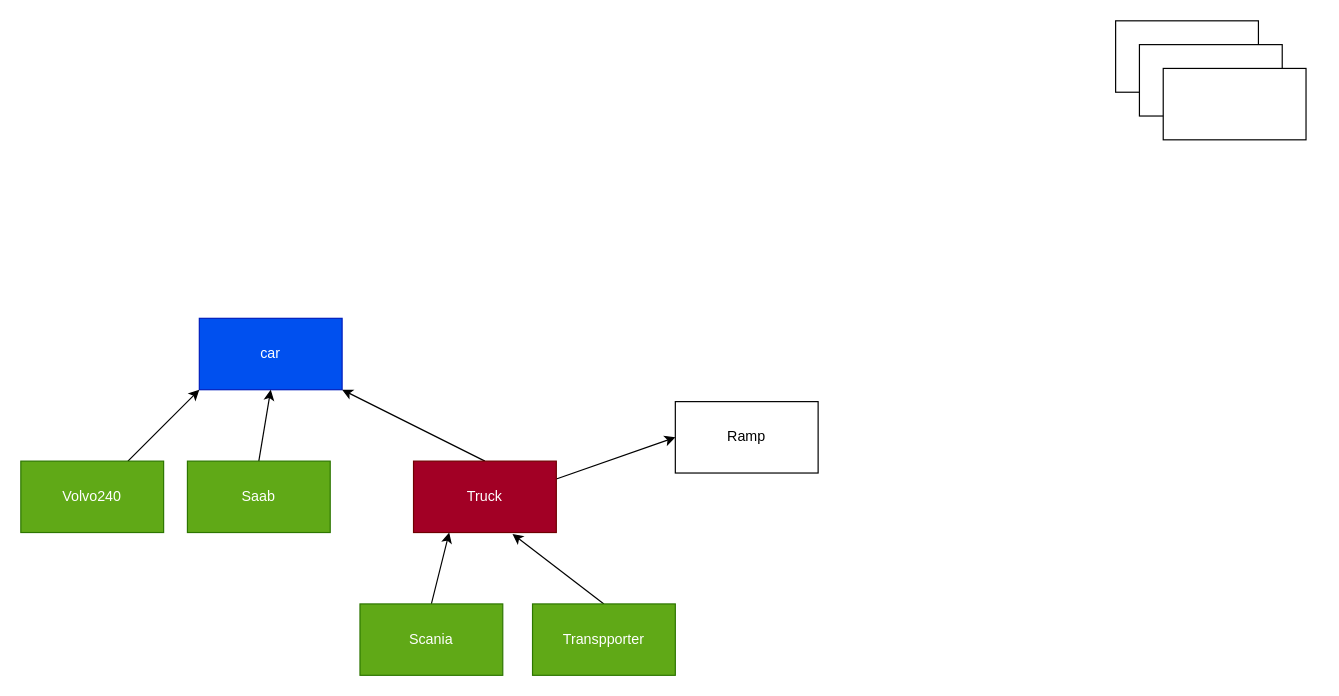
This is src/Cars/blablalbalba.drawio from erikpersson0884/TDA553-Lab2, a draw.io file, before an edit. Source tidied: cells renumbered, new cells numbered last; positions are measured from the earlier drawing's top-left corner, leaving out a move shared by most shapes. Both pictures are drawn from the tidied source at 119%, with x=0, y=0 at pixel (20, 20).
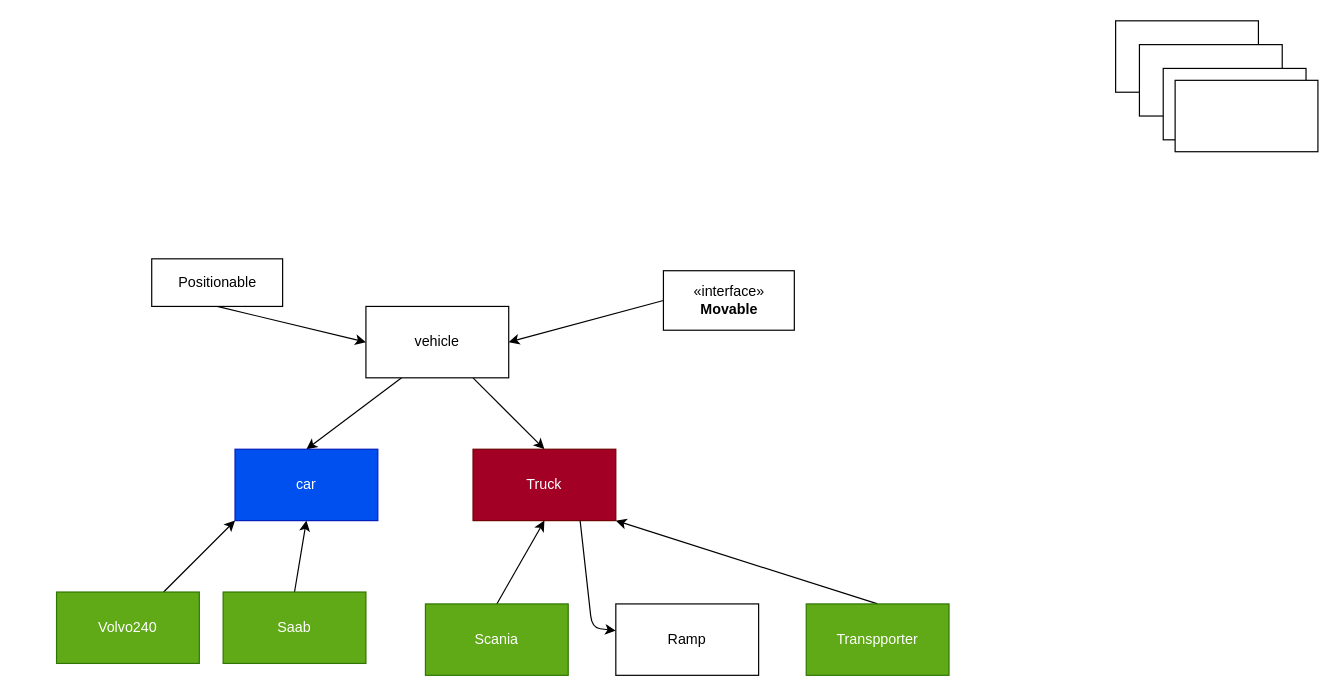
Above is the later version.

Diff of the diagram source:
```diff
@@
+    <mxCell id="18" style="edgeStyle=none;html=1;exitX=0.25;exitY=1;exitDx=0;exitDy=0;entryX=0.5;entryY=0;entryDx=0;entryDy=0;" parent="1" edge="1" source="21" target="2">
+      <mxGeometry relative="1" as="geometry" />
+    </mxCell>
     <mxCell id="2" value="car" style="rounded=0;whiteSpace=wrap;html=1;fillColor=#0050ef;fontColor=#ffffff;strokeColor=#001DBC;" parent="1" vertex="1">
-      <mxGeometry x="150" y="250" width="120" height="60" as="geometry" />
+      <mxGeometry x="180" y="360" width="120" height="60" as="geometry" />
     </mxCell>
-    <mxCell id="3" style="edgeStyle=none;html=1;exitX=0.5;exitY=0;exitDx=0;exitDy=0;entryX=1;entryY=1;entryDx=0;entryDy=0;" parent="1" edge="1" source="5" target="2">
+    <mxCell id="3" style="edgeStyle=none;html=1;entryX=0.5;entryY=0;entryDx=0;entryDy=0;exitX=0.75;exitY=1;exitDx=0;exitDy=0;" parent="1" edge="1" source="21" target="5">
       <mxGeometry relative="1" as="geometry" />
     </mxCell>
-    <mxCell id="4" style="edgeStyle=none;html=1;exitX=1;exitY=0.25;exitDx=0;exitDy=0;entryX=0;entryY=0.5;entryDx=0;entryDy=0;" parent="1" edge="1" source="5" target="17">
-      <mxGeometry relative="1" as="geometry" />
-    </mxCell>
     <mxCell id="5" value="Truck" style="rounded=0;whiteSpace=wrap;html=1;fillColor=#a20025;fontColor=#ffffff;strokeColor=#6F0000;" parent="1" vertex="1">
-      <mxGeometry x="330" y="370" width="120" height="60" as="geometry" />
+      <mxGeometry x="380" y="360" width="120" height="60" as="geometry" />
     </mxCell>
@@
     <mxCell id="7" value="Volvo240" style="rounded=0;whiteSpace=wrap;html=1;fillColor=#60a917;fontColor=#ffffff;strokeColor=#2D7600;" parent="1" vertex="1">
-      <mxGeometry y="370" width="120" height="60" as="geometry" />
+      <mxGeometry x="30" y="480" width="120" height="60" as="geometry" />
     </mxCell>
@@
     <mxCell id="9" value="Saab" style="rounded=0;whiteSpace=wrap;html=1;fillColor=#60a917;fontColor=#ffffff;strokeColor=#2D7600;" parent="1" vertex="1">
-      <mxGeometry x="140" y="370" width="120" height="60" as="geometry" />
+      <mxGeometry x="170" y="480" width="120" height="60" as="geometry" />
     </mxCell>
-    <mxCell id="10" style="edgeStyle=none;html=1;exitX=0.5;exitY=0;exitDx=0;exitDy=0;entryX=0.25;entryY=1;entryDx=0;entryDy=0;" parent="1" edge="1" source="11" target="5">
+    <mxCell id="10" style="edgeStyle=none;html=1;exitX=0.5;exitY=0;exitDx=0;exitDy=0;entryX=0.5;entryY=1;entryDx=0;entryDy=0;" parent="1" edge="1" source="11" target="5">
       <mxGeometry relative="1" as="geometry" />
     </mxCell>
     <mxCell id="11" value="Scania" style="rounded=0;whiteSpace=wrap;html=1;fillColor=#60a917;fontColor=#ffffff;strokeColor=#2D7600;" parent="1" vertex="1">
-      <mxGeometry x="285" y="490" width="120" height="60" as="geometry" />
+      <mxGeometry x="340" y="490" width="120" height="60" as="geometry" />
     </mxCell>
-    <mxCell id="12" style="edgeStyle=none;html=1;exitX=0.5;exitY=0;exitDx=0;exitDy=0;entryX=0.693;entryY=1.02;entryDx=0;entryDy=0;entryPerimeter=0;" parent="1" edge="1" source="13" target="5">
+    <mxCell id="12" style="edgeStyle=none;html=1;exitX=0.5;exitY=0;exitDx=0;exitDy=0;entryX=1;entryY=1;entryDx=0;entryDy=0;" parent="1" edge="1" source="13" target="5">
       <mxGeometry relative="1" as="geometry" />
     </mxCell>
     <mxCell id="13" value="Transpporter" style="rounded=0;whiteSpace=wrap;html=1;fillColor=#60a917;fontColor=#ffffff;strokeColor=#2D7600;" parent="1" vertex="1">
-      <mxGeometry x="430" y="490" width="120" height="60" as="geometry" />
+      <mxGeometry x="660" y="490" width="120" height="60" as="geometry" />
     </mxCell>
@@
     <mxCell id="17" value="Ramp" style="rounded=0;whiteSpace=wrap;html=1;" parent="1" vertex="1">
-      <mxGeometry x="550" y="320" width="120" height="60" as="geometry" />
+      <mxGeometry x="500" y="490" width="120" height="60" as="geometry" />
     </mxCell>
+    <mxCell id="19" style="rounded=0;whiteSpace=wrap;html=1;" parent="1" vertex="1">
+      <mxGeometry x="970" y="50" width="120" height="60" as="geometry" />
+    </mxCell>
+    <mxCell id="20" style="edgeStyle=none;html=1;exitX=0;exitY=0.5;exitDx=0;exitDy=0;entryX=1;entryY=0.5;entryDx=0;entryDy=0;" parent="1" edge="1" source="22" target="21">
+      <mxGeometry relative="1" as="geometry" />
+    </mxCell>
+    <mxCell id="21" value="vehicle" style="rounded=0;whiteSpace=wrap;html=1;" parent="1" vertex="1">
+      <mxGeometry x="290" y="240" width="120" height="60" as="geometry" />
+    </mxCell>
+    <mxCell id="4" style="edgeStyle=none;html=1;exitX=0.75;exitY=1;exitDx=0;exitDy=0;" parent="1" edge="1" source="5" target="17">
+      <mxGeometry relative="1" as="geometry">
+        <Array as="points">
+          <mxPoint x="480" y="510" />
+        </Array>
+      </mxGeometry>
+    </mxCell>
+    <mxCell id="22" value="«interface»&lt;br&gt;&lt;b&gt;Movable&lt;/b&gt;" style="html=1;" parent="1" vertex="1">
+      <mxGeometry x="540" y="210" width="110" height="50" as="geometry" />
+    </mxCell>
+    <mxCell id="23" style="edgeStyle=none;html=1;exitX=0.5;exitY=1;exitDx=0;exitDy=0;entryX=0;entryY=0.5;entryDx=0;entryDy=0;" parent="1" edge="1" source="24" target="21">
+      <mxGeometry relative="1" as="geometry" />
+    </mxCell>
+    <mxCell id="24" value="Positionable" style="html=1;" parent="1" vertex="1">
+      <mxGeometry x="110" y="200" width="110" height="40" as="geometry" />
+    </mxCell>
```
